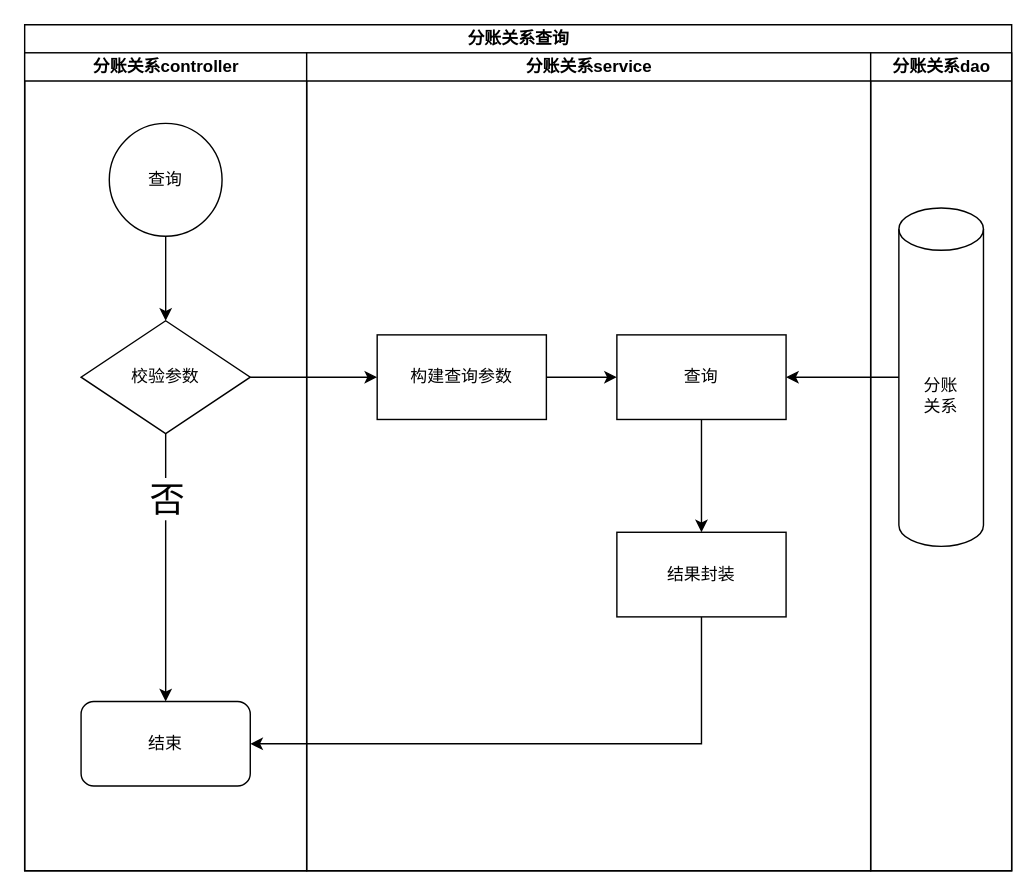
The draw.io diagram 分账关系查询.drawio in chensenbao/drawio-folder, before the edit. Source tidied: cells renumbered, new cells numbered last; positions are measured from the earlier drawing's top-left corner, leaving out a move shared by most shapes. Both pictures are drawn from the tidied source at 141%, with x=0, y=0 at pixel (24, 24).
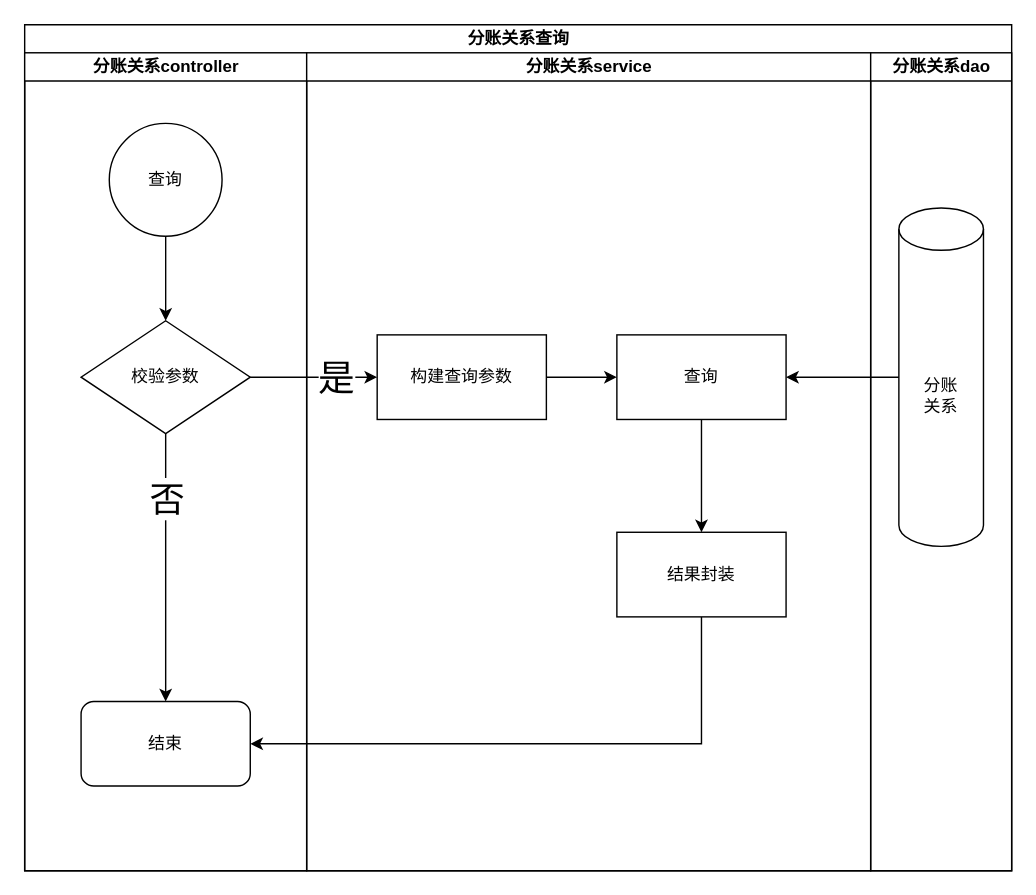
The same diagram, later.

Commit message (it also covers changes not shown here):
更新分账关系查询.drawio

Unchanged cells that the change refers to:
```xml
<mxCell id="18" style="edgeStyle=orthogonalEdgeStyle;rounded=0;jettySize=auto;html=1;" parent="2" edge="1" source="8" target="12">
  <mxGeometry relative="1" as="geometry" />
</mxCell>
```

Diff of the diagram source:
```diff
@@
+    <mxCell id="21" value="&lt;font style=&quot;font-size: 26px;&quot;&gt;是&lt;/font&gt;" style="edgeLabel;html=1;align=center;verticalAlign=middle;" parent="18" vertex="1">
+      <mxGeometry x="-0.16" y="1" relative="1" as="geometry">
+        <mxPoint x="22" y="1" as="offset" />
+      </mxGeometry>
+    </mxCell>
```
